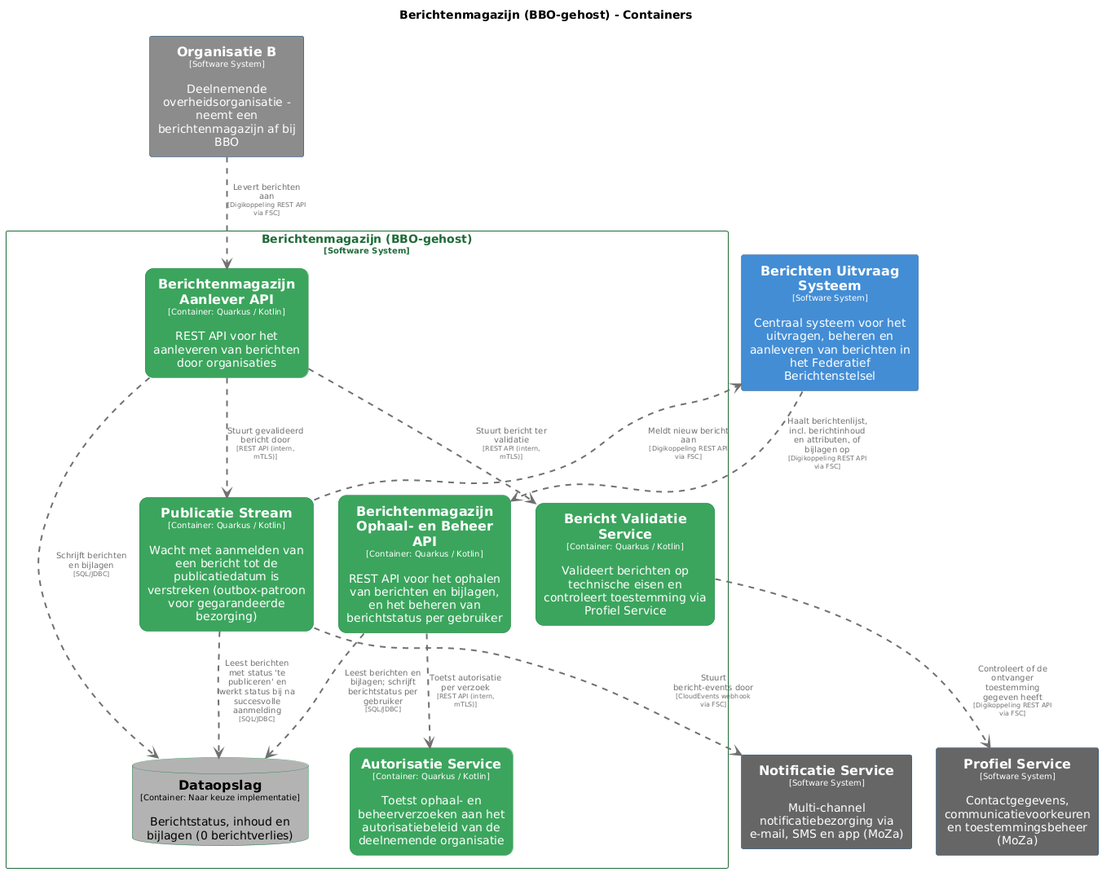
Above: master/png/BerichtenmagazijnContainers.png in MinBZK/moza-poc-fbs-berichtenbox (PlantUML), before the change.
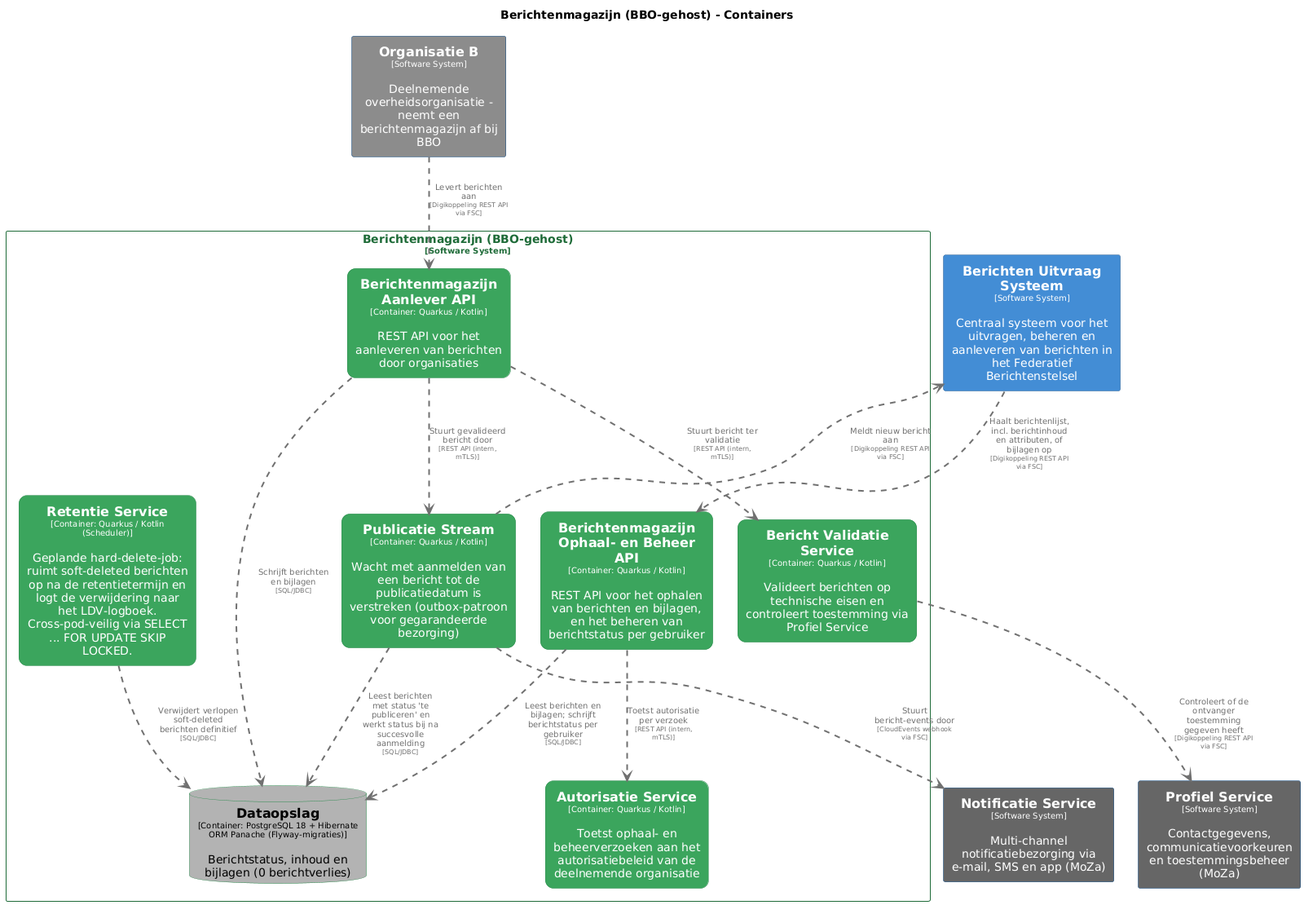
The same diagram one commit later.

Diff of the diagram source:
```diff
@@ -80,6 +80,13 @@
   roundCorner 20
   shadowing false
 }
+skinparam rectangle<<BerichtenmagazijnBBOgehost.RetentieService>> {
+  BackgroundColor #3ba55d
+  FontColor #ffffff
+  BorderColor #2d8a4e
+  roundCorner 20
+  shadowing false
+}
 skinparam rectangle<<BerichtenmagazijnBBOgehost>> {
   BorderColor #1e6b38
   FontColor #1e6b38
@@ -94,10 +101,11 @@
 rectangle "Berichtenmagazijn (BBO-gehost)\n<size:10>[Software System]</size>" <<BerichtenmagazijnBBOgehost>> {
   rectangle "==Berichtenmagazijn Ophaal- en Beheer API\n<size:10>[Container: Quarkus / Kotlin]</size>\n\nREST API voor het ophalen van berichten en bijlagen, en het beheren van berichtstatus per gebruiker" <<BerichtenmagazijnBBOgehost.BerichtenmagazijnOphaalenBeheerAPI>> as BerichtenmagazijnBBOgehost.BerichtenmagazijnOphaalenBeheerAPI
   rectangle "==Berichtenmagazijn Aanlever API\n<size:10>[Container: Quarkus / Kotlin]</size>\n\nREST API voor het aanleveren van berichten door organisaties" <<BerichtenmagazijnBBOgehost.BerichtenmagazijnAanleverAPI>> as BerichtenmagazijnBBOgehost.BerichtenmagazijnAanleverAPI
-  database "==Dataopslag\n<size:10>[Container: Naar keuze implementatie]</size>\n\nBerichtstatus, inhoud en bijlagen (0 berichtverlies)" <<BerichtenmagazijnBBOgehost.Dataopslag>> as BerichtenmagazijnBBOgehost.Dataopslag
+  database "==Dataopslag\n<size:10>[Container: PostgreSQL 18 + Hibernate ORM Panache (Flyway-migraties)]</size>\n\nBerichtstatus, inhoud en bijlagen (0 berichtverlies)" <<BerichtenmagazijnBBOgehost.Dataopslag>> as BerichtenmagazijnBBOgehost.Dataopslag
   rectangle "==Bericht Validatie Service\n<size:10>[Container: Quarkus / Kotlin]</size>\n\nValideert berichten op technische eisen en controleert toestemming via Profiel Service" <<BerichtenmagazijnBBOgehost.BerichtValidatieService>> as BerichtenmagazijnBBOgehost.BerichtValidatieService
   rectangle "==Publicatie Stream\n<size:10>[Container: Quarkus / Kotlin]</size>\n\nWacht met aanmelden van een bericht tot de publicatiedatum is verstreken (outbox-patroon voor gegarandeerde bezorging)" <<BerichtenmagazijnBBOgehost.PublicatieStream>> as BerichtenmagazijnBBOgehost.PublicatieStream
   rectangle "==Autorisatie Service\n<size:10>[Container: Quarkus / Kotlin]</size>\n\nToetst ophaal- en beheerverzoeken aan het autorisatiebeleid van de deelnemende organisatie" <<BerichtenmagazijnBBOgehost.AutorisatieService>> as BerichtenmagazijnBBOgehost.AutorisatieService
+  rectangle "==Retentie Service\n<size:10>[Container: Quarkus / Kotlin (Scheduler)]</size>\n\nGeplande hard-delete-job: ruimt soft-deleted berichten op na de retentietermijn en logt de verwijdering naar het LDV-logboek. Cross-pod-veilig via SELECT ... FOR UPDATE SKIP LOCKED." <<BerichtenmagazijnBBOgehost.RetentieService>> as BerichtenmagazijnBBOgehost.RetentieService
 }
 
 BerichtenUitvraagSysteem .[#707070,thickness=2].> BerichtenmagazijnBBOgehost.BerichtenmagazijnOphaalenBeheerAPI : "<color:#707070>Haalt berichtenlijst, incl. berichtinhoud en attributen, of bijlagen op\n<color:#707070><size:8>[Digikoppeling REST API via FSC]</size>"
@@ -111,4 +119,5 @@
 BerichtenmagazijnBBOgehost.BerichtenmagazijnAanleverAPI .[#707070,thickness=2].> BerichtenmagazijnBBOgehost.PublicatieStream : "<color:#707070>Stuurt gevalideerd bericht door\n<color:#707070><size:8>[REST API (intern, mTLS)]</size>"
 BerichtenmagazijnBBOgehost.PublicatieStream .[#707070,thickness=2].> BerichtenmagazijnBBOgehost.Dataopslag : "<color:#707070>Leest berichten met status 'te publiceren' en werkt status bij na succesvolle aanmelding\n<color:#707070><size:8>[SQL/JDBC]</size>"
 BerichtenmagazijnBBOgehost.BerichtenmagazijnOphaalenBeheerAPI .[#707070,thickness=2].> BerichtenmagazijnBBOgehost.AutorisatieService : "<color:#707070>Toetst autorisatie per verzoek\n<color:#707070><size:8>[REST API (intern, mTLS)]</size>"
+BerichtenmagazijnBBOgehost.RetentieService .[#707070,thickness=2].> BerichtenmagazijnBBOgehost.Dataopslag : "<color:#707070>Verwijdert verlopen soft-deleted berichten definitief\n<color:#707070><size:8>[SQL/JDBC]</size>"
 @enduml
```
